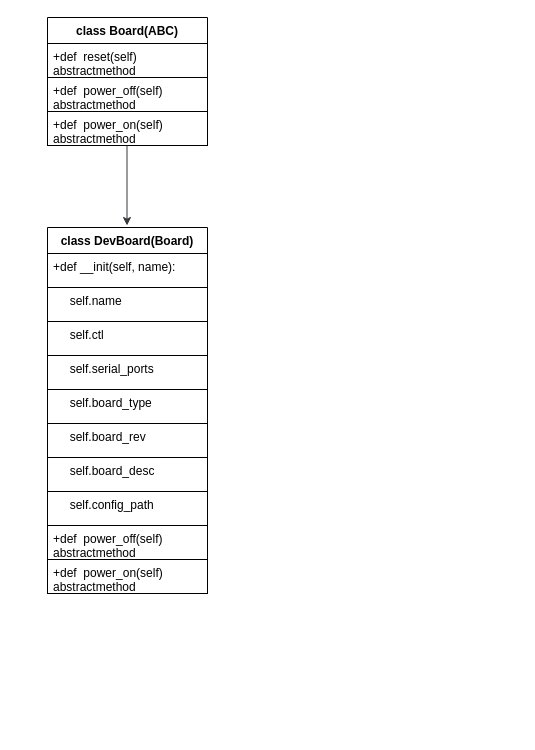
Earlier version of the draw.io diagram board.drawio (RuanZhen139/learngit). Source tidied: cells renumbered, new cells numbered last; positions are measured from the earlier drawing's top-left corner, leaving out a move shared by most shapes. Both pictures are drawn from the tidied source at 100%, with x=0, y=0 at pixel (47, 17).
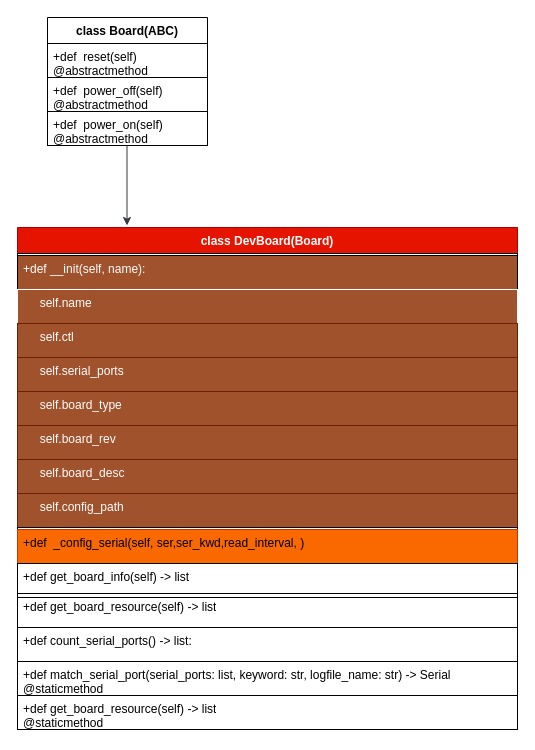
After the change.

Unchanged cells that the change refers to:
```xml
<mxCell id="2" value="class Board(ABC)" style="swimlane;fontStyle=1;align=center;verticalAlign=top;horizontal=1;startSize=26;whiteSpace=wrap;html=1;" parent="1" vertex="1">
  <mxGeometry width="160" height="128" as="geometry" />
</mxCell>
```

The edit, as a diff of the source:
```diff
@@
-    <mxCell id="3" value="+def&amp;nbsp; reset(self)&amp;nbsp; &amp;nbsp; &amp;nbsp; abstractmethod" style="text;strokeColor=default;fillColor=none;align=left;verticalAlign=top;spacingLeft=4;spacingRight=4;overflow=hidden;whiteSpace=wrap;html=1;" parent="2" vertex="1">
+    <mxCell id="3" value="+def&amp;nbsp; reset(self)&amp;nbsp; &amp;nbsp; &amp;nbsp; @abstractmethod" style="text;strokeColor=default;fillColor=none;align=left;verticalAlign=top;spacingLeft=4;spacingRight=4;overflow=hidden;whiteSpace=wrap;html=1;" parent="2" vertex="1">
       <mxGeometry y="26" width="160" height="34" as="geometry" />
     </mxCell>
-    <mxCell id="4" value="+def&amp;nbsp;&amp;nbsp;power_off&lt;span style=&quot;background-color: initial;&quot;&gt;(self)&amp;nbsp; &amp;nbsp; &amp;nbsp; abstractmethod&lt;/span&gt;" style="text;strokeColor=default;fillColor=none;align=left;verticalAlign=top;spacingLeft=4;spacingRight=4;overflow=hidden;whiteSpace=wrap;html=1;" parent="2" vertex="1">
+    <mxCell id="4" value="+def&amp;nbsp;&amp;nbsp;power_off&lt;span style=&quot;background-color: initial;&quot;&gt;(self)&amp;nbsp; &amp;nbsp; &amp;nbsp; @abstractmethod&lt;/span&gt;" style="text;strokeColor=default;fillColor=none;align=left;verticalAlign=top;spacingLeft=4;spacingRight=4;overflow=hidden;whiteSpace=wrap;html=1;" parent="2" vertex="1">
       <mxGeometry y="60" width="160" height="34" as="geometry" />
     </mxCell>
-    <mxCell id="5" value="+def&amp;nbsp;&amp;nbsp;power_on&lt;span style=&quot;background-color: initial;&quot;&gt;(self)&amp;nbsp; &amp;nbsp; &amp;nbsp; abstractmethod&lt;/span&gt;" style="text;strokeColor=default;fillColor=none;align=left;verticalAlign=top;spacingLeft=4;spacingRight=4;overflow=hidden;whiteSpace=wrap;html=1;" parent="2" vertex="1">
+    <mxCell id="5" value="+def&amp;nbsp;&amp;nbsp;power_on&lt;span style=&quot;background-color: initial;&quot;&gt;(self)&amp;nbsp; &amp;nbsp; &amp;nbsp; @abstractmethod&lt;/span&gt;" style="text;strokeColor=default;fillColor=none;align=left;verticalAlign=top;spacingLeft=4;spacingRight=4;overflow=hidden;whiteSpace=wrap;html=1;" parent="2" vertex="1">
       <mxGeometry y="94" width="160" height="34" as="geometry" />
     </mxCell>
-    <mxCell id="6" value="class DevBoard(Board&lt;span style=&quot;background-color: initial;&quot;&gt;)&lt;/span&gt;" style="swimlane;fontStyle=1;align=center;verticalAlign=top;horizontal=1;startSize=26;whiteSpace=wrap;html=1;" parent="1" vertex="1">
-      <mxGeometry y="210" width="160" height="366" as="geometry" />
+    <mxCell id="6" value="class DevBoard(Board&lt;span style=&quot;background-color: initial;&quot;&gt;)&lt;/span&gt;" style="swimlane;fontStyle=1;align=center;verticalAlign=top;horizontal=1;startSize=26;whiteSpace=wrap;html=1;fillColor=#e51400;fontColor=#ffffff;strokeColor=#B20000;" parent="1" vertex="1">
+      <mxGeometry x="-30" y="210" width="500" height="370" as="geometry" />
     </mxCell>
+    <mxCell id="18" style="text;strokeColor=default;fillColor=none;align=left;verticalAlign=top;spacingLeft=4;spacingRight=4;overflow=hidden;whiteSpace=wrap;html=1;" parent="6" vertex="1">
+      <mxGeometry y="26" width="500" height="2" as="geometry" />
+    </mxCell>
-    <mxCell id="7" value="+def __init(self, name&lt;span style=&quot;background-color: initial;&quot;&gt;):&lt;/span&gt;" style="text;strokeColor=default;fillColor=none;align=left;verticalAlign=top;spacingLeft=4;spacingRight=4;overflow=hidden;whiteSpace=wrap;html=1;" parent="6" vertex="1">
-      <mxGeometry y="26" width="160" height="34" as="geometry" />
+    <mxCell id="7" value="+def __init(self, name&lt;span style=&quot;background-color: initial;&quot;&gt;):&lt;/span&gt;" style="text;strokeColor=default;fillColor=#a0522d;align=left;verticalAlign=top;spacingLeft=4;spacingRight=4;overflow=hidden;whiteSpace=wrap;html=1;fontColor=#ffffff;perimeterSpacing=0;" parent="6" vertex="1">
+      <mxGeometry y="28" width="500" height="34" as="geometry" />
     </mxCell>
-    <mxCell id="8" value="&amp;nbsp; &amp;nbsp; &amp;nbsp;self.name" style="text;strokeColor=default;fillColor=none;align=left;verticalAlign=top;spacingLeft=4;spacingRight=4;overflow=hidden;whiteSpace=wrap;html=1;" parent="6" vertex="1">
-      <mxGeometry y="60" width="160" height="34" as="geometry" />
+    <mxCell id="8" value="&amp;nbsp; &amp;nbsp; &amp;nbsp;self.name" style="text;strokeColor=#FFFFFF;fillColor=#a0522d;align=left;verticalAlign=top;spacingLeft=4;spacingRight=4;overflow=hidden;whiteSpace=wrap;html=1;fontColor=#ffffff;fillStyle=auto;gradientColor=none;" parent="6" vertex="1">
+      <mxGeometry y="62" width="500" height="34" as="geometry" />
     </mxCell>
-    <mxCell id="9" value="&amp;nbsp; &amp;nbsp; &amp;nbsp;self.ctl" style="text;strokeColor=default;fillColor=none;align=left;verticalAlign=top;spacingLeft=4;spacingRight=4;overflow=hidden;whiteSpace=wrap;html=1;" parent="6" vertex="1">
-      <mxGeometry y="94" width="160" height="34" as="geometry" />
+    <mxCell id="9" value="&amp;nbsp; &amp;nbsp; &amp;nbsp;self.ctl" style="text;strokeColor=#6D1F00;fillColor=#a0522d;align=left;verticalAlign=top;spacingLeft=4;spacingRight=4;overflow=hidden;whiteSpace=wrap;html=1;fontColor=#ffffff;" parent="6" vertex="1">
+      <mxGeometry y="96" width="500" height="34" as="geometry" />
     </mxCell>
-    <mxCell id="10" value="&amp;nbsp; &amp;nbsp; &amp;nbsp;self.serial_ports" style="text;strokeColor=default;fillColor=none;align=left;verticalAlign=top;spacingLeft=4;spacingRight=4;overflow=hidden;whiteSpace=wrap;html=1;" parent="6" vertex="1">
-      <mxGeometry y="128" width="160" height="34" as="geometry" />
+    <mxCell id="10" value="&amp;nbsp; &amp;nbsp; &amp;nbsp;self.serial_ports" style="text;strokeColor=#6D1F00;fillColor=#a0522d;align=left;verticalAlign=top;spacingLeft=4;spacingRight=4;overflow=hidden;whiteSpace=wrap;html=1;fontColor=#ffffff;" parent="6" vertex="1">
+      <mxGeometry y="130" width="500" height="34" as="geometry" />
     </mxCell>
-    <mxCell id="11" value="&amp;nbsp; &amp;nbsp; &amp;nbsp;self.board_type" style="text;strokeColor=default;fillColor=none;align=left;verticalAlign=top;spacingLeft=4;spacingRight=4;overflow=hidden;whiteSpace=wrap;html=1;" parent="6" vertex="1">
-      <mxGeometry y="162" width="160" height="34" as="geometry" />
+    <mxCell id="11" value="&amp;nbsp; &amp;nbsp; &amp;nbsp;self.board_type" style="text;strokeColor=#6D1F00;fillColor=#a0522d;align=left;verticalAlign=top;spacingLeft=4;spacingRight=4;overflow=hidden;whiteSpace=wrap;html=1;fontColor=#ffffff;" parent="6" vertex="1">
+      <mxGeometry y="164" width="500" height="34" as="geometry" />
     </mxCell>
-    <mxCell id="12" value="&amp;nbsp; &amp;nbsp; &amp;nbsp;self.board_rev" style="text;strokeColor=default;fillColor=none;align=left;verticalAlign=top;spacingLeft=4;spacingRight=4;overflow=hidden;whiteSpace=wrap;html=1;" parent="6" vertex="1">
-      <mxGeometry y="196" width="160" height="34" as="geometry" />
+    <mxCell id="12" value="&amp;nbsp; &amp;nbsp; &amp;nbsp;self.board_rev" style="text;strokeColor=#6D1F00;fillColor=#a0522d;align=left;verticalAlign=top;spacingLeft=4;spacingRight=4;overflow=hidden;whiteSpace=wrap;html=1;fontColor=#ffffff;" parent="6" vertex="1">
+      <mxGeometry y="198" width="500" height="34" as="geometry" />
     </mxCell>
-    <mxCell id="13" value="&amp;nbsp; &amp;nbsp; &amp;nbsp;self.board_desc" style="text;strokeColor=default;fillColor=none;align=left;verticalAlign=top;spacingLeft=4;spacingRight=4;overflow=hidden;whiteSpace=wrap;html=1;" parent="6" vertex="1">
-      <mxGeometry y="230" width="160" height="34" as="geometry" />
+    <mxCell id="13" value="&amp;nbsp; &amp;nbsp; &amp;nbsp;self.board_desc" style="text;strokeColor=#6D1F00;fillColor=#a0522d;align=left;verticalAlign=top;spacingLeft=4;spacingRight=4;overflow=hidden;whiteSpace=wrap;html=1;fontColor=#ffffff;" parent="6" vertex="1">
+      <mxGeometry y="232" width="500" height="34" as="geometry" />
     </mxCell>
-    <mxCell id="14" value="&amp;nbsp; &amp;nbsp; &amp;nbsp;self.config_path" style="text;strokeColor=default;fillColor=none;align=left;verticalAlign=top;spacingLeft=4;spacingRight=4;overflow=hidden;whiteSpace=wrap;html=1;" parent="6" vertex="1">
-      <mxGeometry y="264" width="160" height="34" as="geometry" />
+    <mxCell id="14" value="&amp;nbsp; &amp;nbsp; &amp;nbsp;self.config_path" style="text;strokeColor=#6D1F00;fillColor=#a0522d;align=left;verticalAlign=top;spacingLeft=4;spacingRight=4;overflow=hidden;whiteSpace=wrap;html=1;fontColor=#ffffff;" parent="6" vertex="1">
+      <mxGeometry y="266" width="500" height="34" as="geometry" />
     </mxCell>
+    <mxCell id="19" style="text;strokeColor=default;fillColor=none;align=left;verticalAlign=top;spacingLeft=4;spacingRight=4;overflow=hidden;whiteSpace=wrap;html=1;" parent="6" vertex="1">
+      <mxGeometry y="300" width="500" height="2" as="geometry" />
+    </mxCell>
-    <mxCell id="15" value="+def&amp;nbsp;&amp;nbsp;power_off&lt;span style=&quot;background-color: initial;&quot;&gt;(self)&amp;nbsp; &amp;nbsp; &amp;nbsp; abstractmethod&lt;/span&gt;" style="text;strokeColor=default;fillColor=none;align=left;verticalAlign=top;spacingLeft=4;spacingRight=4;overflow=hidden;whiteSpace=wrap;html=1;" parent="6" vertex="1">
-      <mxGeometry y="298" width="160" height="34" as="geometry" />
+    <mxCell id="15" value="+def&amp;nbsp;&amp;nbsp;_config_serial&lt;span style=&quot;background-color: initial;&quot;&gt;(self, ser,ser_kwd,read_interval, )&lt;br&gt;&lt;/span&gt;" style="text;strokeColor=#C73500;fillColor=#fa6800;align=left;verticalAlign=top;spacingLeft=4;spacingRight=4;overflow=hidden;whiteSpace=wrap;html=1;fontColor=#000000;" parent="6" vertex="1">
+      <mxGeometry y="302" width="500" height="34" as="geometry" />
     </mxCell>
-    <mxCell id="16" value="+def&amp;nbsp;&amp;nbsp;power_on&lt;span style=&quot;background-color: initial;&quot;&gt;(self)&amp;nbsp; &amp;nbsp; &amp;nbsp; abstractmethod&lt;/span&gt;" style="text;strokeColor=default;fillColor=none;align=left;verticalAlign=top;spacingLeft=4;spacingRight=4;overflow=hidden;whiteSpace=wrap;html=1;" parent="6" vertex="1">
-      <mxGeometry y="332" width="160" height="34" as="geometry" />
+    <mxCell id="16" value="+def get_board_info(self) -&amp;gt; list" style="text;strokeColor=default;fillColor=none;align=left;verticalAlign=top;spacingLeft=4;spacingRight=4;overflow=hidden;whiteSpace=wrap;html=1;" parent="6" vertex="1">
+      <mxGeometry y="336" width="500" height="34" as="geometry" />
     </mxCell>
@@
+    <mxCell id="20" value="+def get_board_resource(self) -&amp;gt; list" style="text;strokeColor=default;fillColor=none;align=left;verticalAlign=top;spacingLeft=4;spacingRight=4;overflow=hidden;whiteSpace=wrap;html=1;" parent="1" vertex="1">
+      <mxGeometry x="-30" y="576" width="500" height="34" as="geometry" />
+    </mxCell>
+    <mxCell id="21" value="+def count_serial_ports() -&amp;gt; list:" style="text;strokeColor=default;fillColor=none;align=left;verticalAlign=top;spacingLeft=4;spacingRight=4;overflow=hidden;whiteSpace=wrap;html=1;" parent="1" vertex="1">
+      <mxGeometry x="-30" y="610" width="500" height="34" as="geometry" />
+    </mxCell>
+    <mxCell id="22" value="&lt;div&gt;+def match_serial_port(serial_ports: list, keyword: str, logfile_name: str) -&amp;gt; Serial&lt;/div&gt;&lt;div&gt;@staticmethod&lt;br&gt;&lt;/div&gt;" style="text;strokeColor=default;fillColor=none;align=left;verticalAlign=top;spacingLeft=4;spacingRight=4;overflow=hidden;whiteSpace=wrap;html=1;" parent="1" vertex="1">
+      <mxGeometry x="-30" y="644" width="500" height="34" as="geometry" />
+    </mxCell>
+    <mxCell id="23" value="+def get_board_resource(self) -&amp;gt; list&lt;br&gt;@staticmethod" style="text;strokeColor=default;fillColor=none;align=left;verticalAlign=top;spacingLeft=4;spacingRight=4;overflow=hidden;whiteSpace=wrap;html=1;" parent="1" vertex="1">
+      <mxGeometry x="-30" y="678" width="500" height="34" as="geometry" />
+    </mxCell>
```
